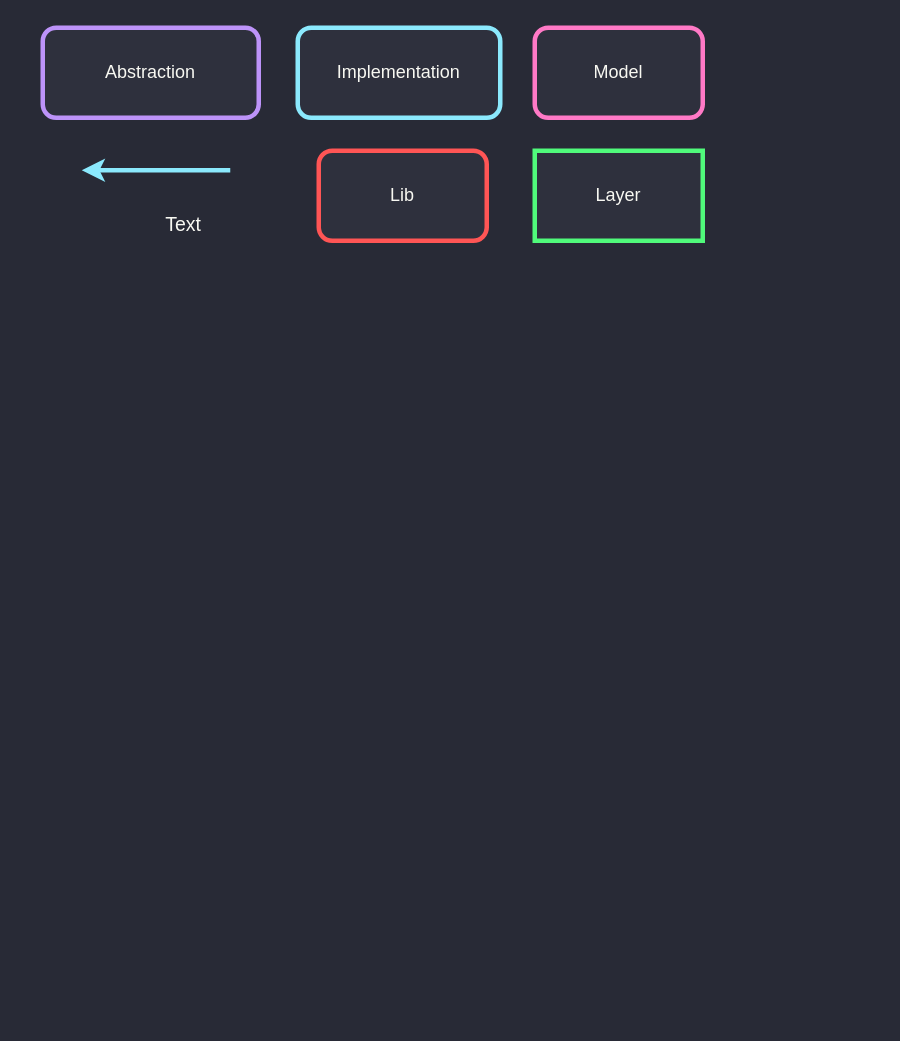
rmanguinho/advanced-flutter keeps this draw.io diagram as docs/dependencies.drawio. Above is the earlier version. Source tidied: cells renumbered, new cells numbered last; positions are measured from the earlier drawing's top-left corner, leaving out a move shared by most shapes. Both pictures are drawn from the tidied source at 150%, with x=0, y=0 at pixel (42, 27).
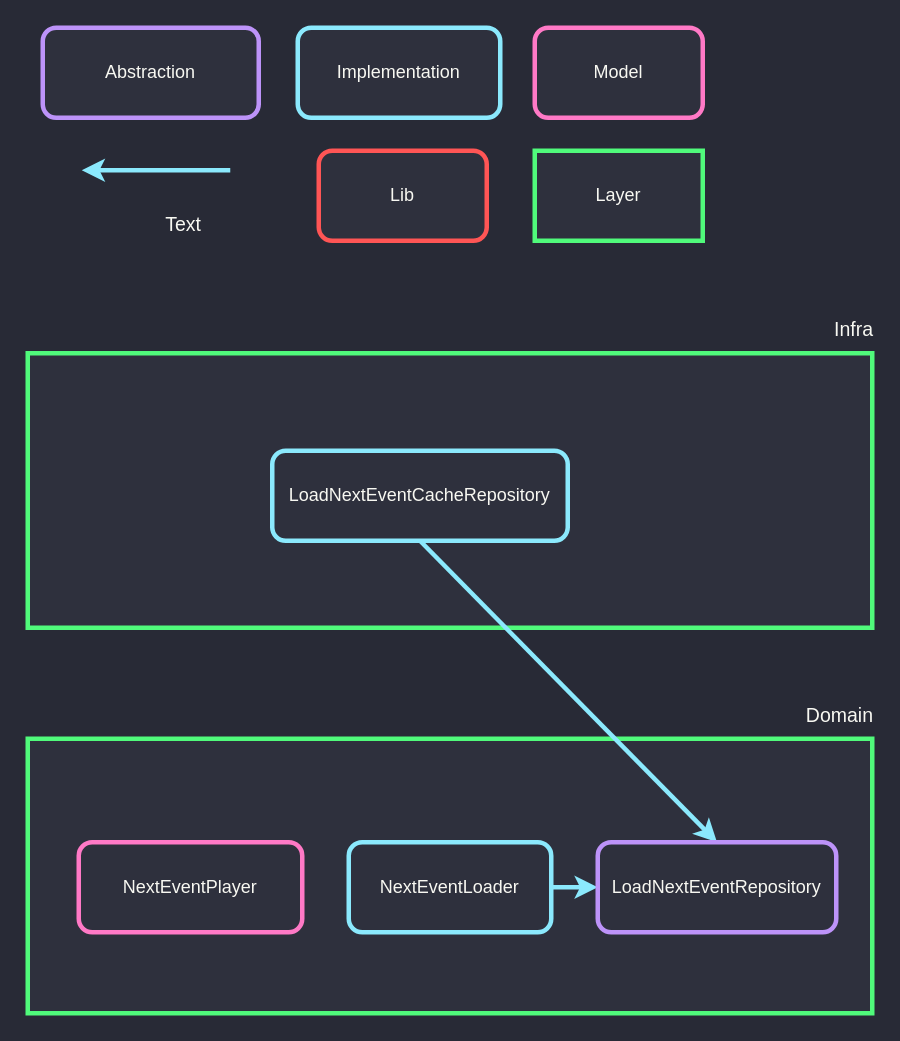
After the change.

Commit message:
update NextEventLoader diagram

The edit, as a diff of the source:
```diff
@@
+    <mxCell id="11" style="rounded=0;whiteSpace=wrap;html=1;strokeColor=#50FA7B;fillColor=#2E303D;strokeWidth=3;fontColor=#F8F8F2;" parent="1" vertex="1">
+      <mxGeometry x="-10" y="474" width="563" height="183" as="geometry" />
+    </mxCell>
+    <mxCell id="12" value="Domain" style="text;html=1;align=right;verticalAlign=middle;spacingTop=0;fontColor=#F8F8F2;fontSize=13;spacing=0;" parent="1" vertex="1">
+      <mxGeometry x="494" y="447" width="59" height="22" as="geometry" />
+    </mxCell>
+    <mxCell id="13" value="NextEventPlayer" style="rounded=1;whiteSpace=wrap;html=1;strokeColor=#FF79C6;fillColor=#2E303D;strokeWidth=3;fontColor=#F8F8F2;" parent="1" vertex="1">
+      <mxGeometry x="24" y="543" width="149" height="60" as="geometry" />
+    </mxCell>
+    <mxCell id="14" style="edgeStyle=none;html=1;exitX=1;exitY=0.5;exitDx=0;exitDy=0;entryX=0;entryY=0.5;entryDx=0;entryDy=0;rounded=0;strokeColor=#8BE9FD;strokeWidth=3;" parent="1" edge="1" source="15" target="20">
+      <mxGeometry relative="1" as="geometry" />
+    </mxCell>
+    <mxCell id="15" value="NextEventLoader" style="rounded=1;whiteSpace=wrap;html=1;strokeColor=#8BE9FD;fillColor=#2E303D;strokeWidth=3;fontColor=#F8F8F2;" parent="1" vertex="1">
+      <mxGeometry x="204" y="543" width="135" height="60" as="geometry" />
+    </mxCell>
+    <mxCell id="16" style="rounded=0;whiteSpace=wrap;html=1;strokeColor=#50FA7B;fillColor=#2E303D;strokeWidth=3;fontColor=#F8F8F2;" parent="1" vertex="1">
+      <mxGeometry x="-10" y="217" width="563" height="183" as="geometry" />
+    </mxCell>
+    <mxCell id="17" value="Infra" style="text;html=1;align=right;verticalAlign=middle;spacingTop=0;fontColor=#F8F8F2;fontSize=13;spacing=0;" parent="1" vertex="1">
+      <mxGeometry x="513" y="190" width="40" height="22" as="geometry" />
+    </mxCell>
+    <mxCell id="18" style="edgeStyle=none;html=1;exitX=0.5;exitY=1;exitDx=0;exitDy=0;entryX=0.5;entryY=0;entryDx=0;entryDy=0;rounded=0;strokeColor=#8BE9FD;strokeWidth=3;" parent="1" edge="1" source="19" target="20">
+      <mxGeometry relative="1" as="geometry" />
+    </mxCell>
+    <mxCell id="19" value="LoadNextEventCacheRepository" style="rounded=1;whiteSpace=wrap;html=1;strokeColor=#8BE9FD;fillColor=#2E303D;strokeWidth=3;fontColor=#F8F8F2;" parent="1" vertex="1">
+      <mxGeometry x="153" y="282" width="197" height="60" as="geometry" />
+    </mxCell>
+    <mxCell id="20" value="LoadNextEventRepository" style="rounded=1;whiteSpace=wrap;html=1;strokeColor=#BD93F9;fillColor=#2E303D;strokeWidth=3;fontColor=#F8F8F2;" parent="1" vertex="1">
+      <mxGeometry x="370" y="543" width="159" height="60" as="geometry" />
+    </mxCell>
```
